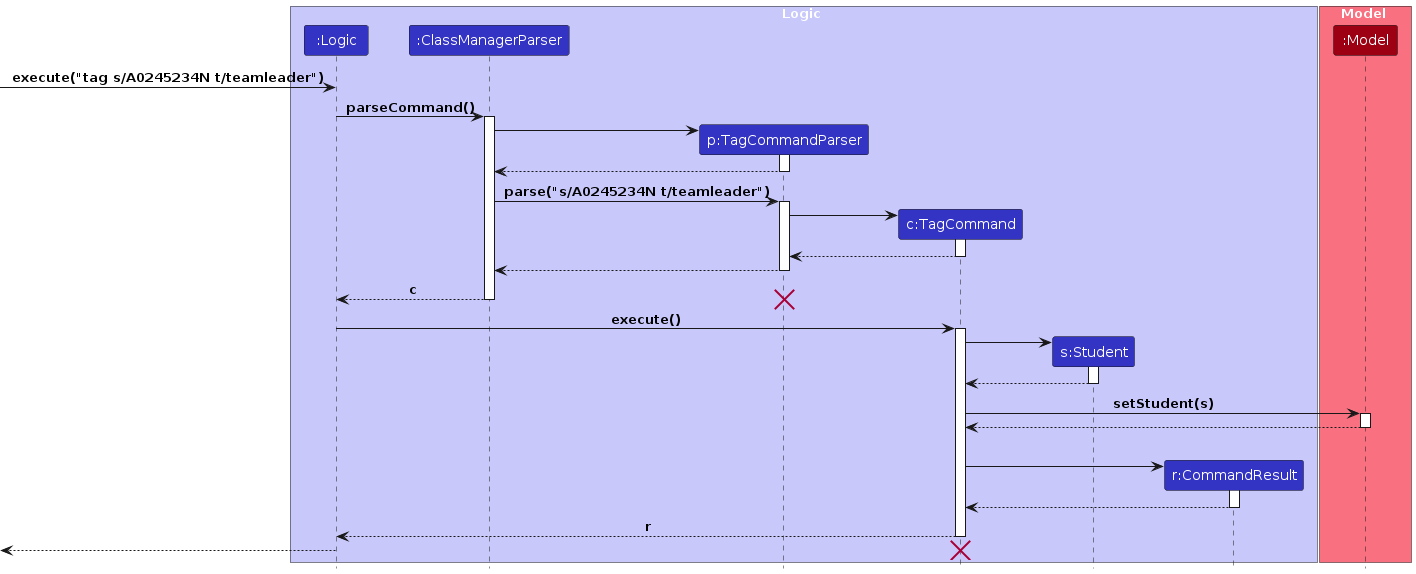
Cikguseven/tp keeps this PlantUML diagram as diagrams/TagCommand.png. Above is the earlier version. Its source is kept beside it as diagrams/TagCommand.puml.
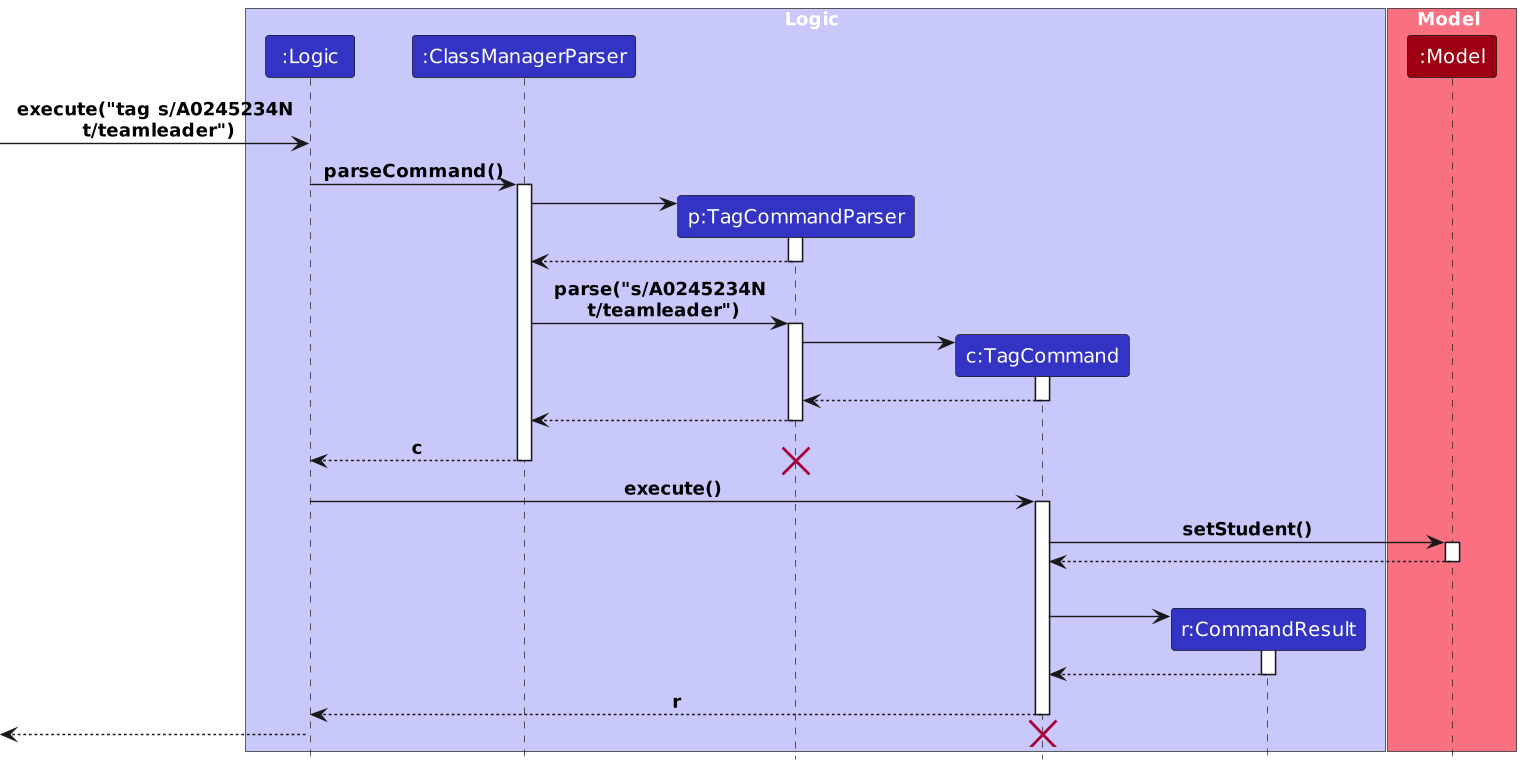
Later version of the same file.

Diff of the diagram source:
```diff
@@ -1,4 +1,6 @@
 @startuml
+scale 768 width
+scale 768 height
 !include style.puml
 
 box Logic LOGIC_COLOR_T1
@@ -6,7 +8,6 @@
 participant ":ClassManagerParser" as ClassManagerParser LOGIC_COLOR
 participant "p:TagCommandParser" as TagCommandParser LOGIC_COLOR
 participant "c:TagCommand" as TagCommand LOGIC_COLOR
-participant "s:Student" as Student LOGIC_COLOR
 participant "r:CommandResult" as CommandResult LOGIC_COLOR
 end box
 
@@ -14,7 +15,7 @@
 participant ":Model" as Model MODEL_COLOR
 end box
 
-[-> Logic : execute("tag s/A0245234N t/teamleader")
+[-> Logic : execute("tag s/A0245234N\n t/teamleader")
 
 Logic -> ClassManagerParser : parseCommand()
 activate ClassManagerParser
@@ -26,7 +27,7 @@
 TagCommandParser --> ClassManagerParser
 deactivate TagCommandParser
 
-ClassManagerParser -> TagCommandParser : parse("s/A0245234N t/teamleader")
+ClassManagerParser -> TagCommandParser : parse("s/A0245234N\n t/teamleader")
 activate TagCommandParser
 
 create TagCommand
@@ -46,14 +47,7 @@
 Logic -> TagCommand : execute()
 activate TagCommand
 
-create Student
-TagCommand -> Student
-activate Student
-
-Student --> TagCommand
-deactivate Student
-
-TagCommand -> Model : setStudent(s)
+TagCommand -> Model : setStudent()
 activate Model
 
 Model --> TagCommand
```
